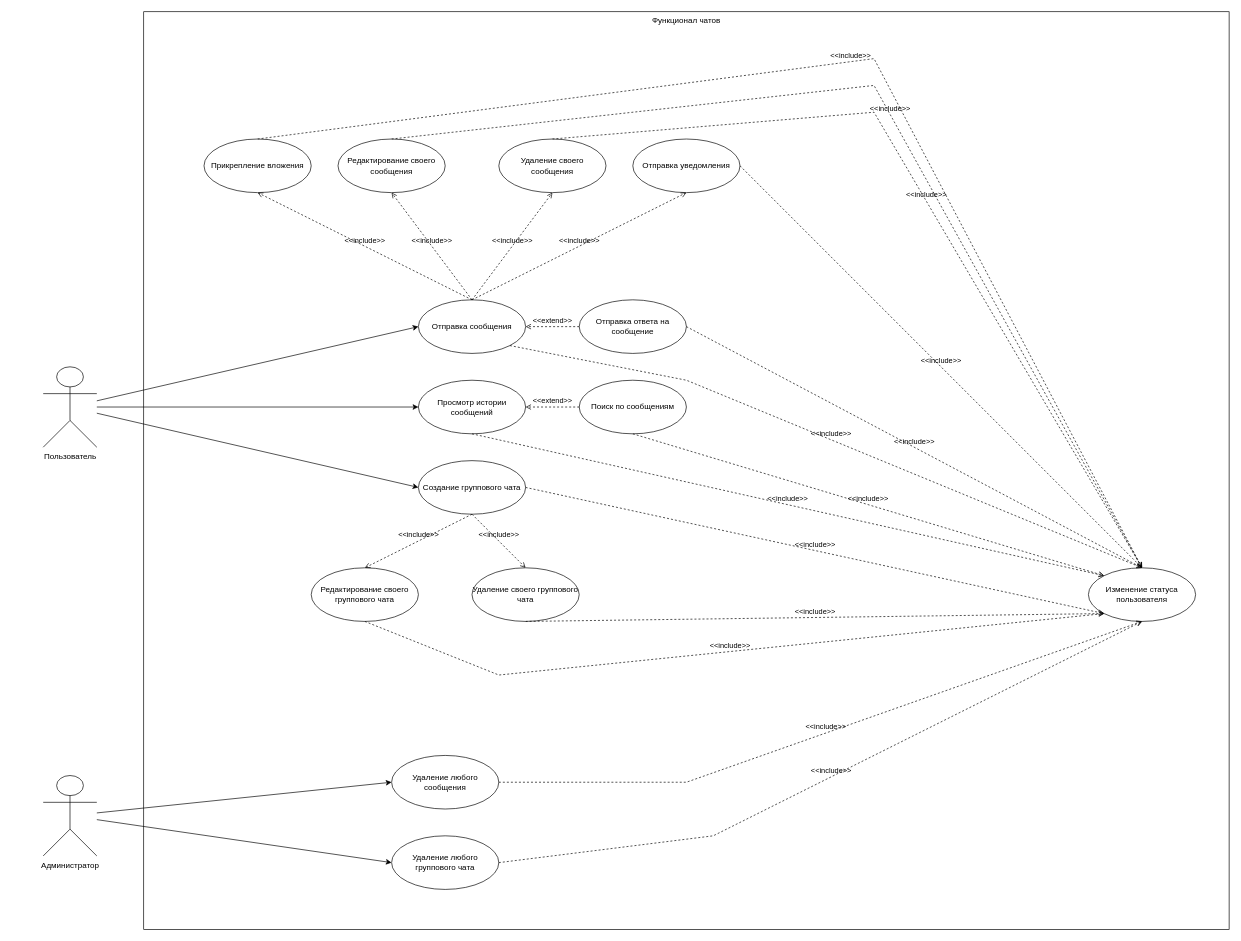
Earlier version of the draw.io diagram Description/Chat/Chat_User.drawio (Fox5113/corporate-social-system). Source tidied: cells renumbered, new cells numbered last; positions are measured from the earlier drawing's top-left corner, leaving out a move shared by most shapes. Both pictures are drawn from the tidied source at 67%, with x=0, y=0 at pixel (43, 11).
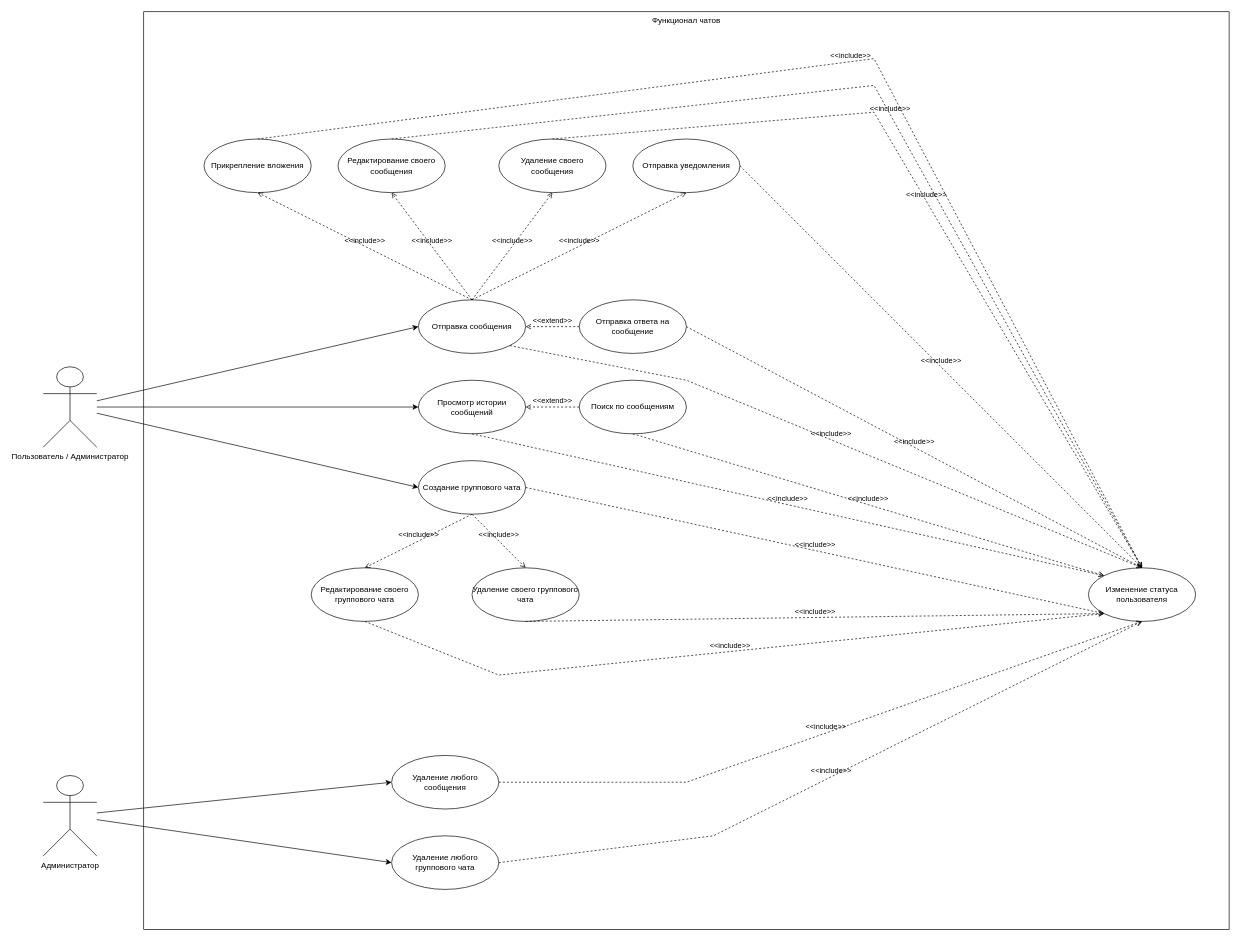
The same diagram, later.

Commit message (it also covers changes not shown here):
added TaskTracking use case diagram

The edit, as a diff of the source:
```diff
@@
-    <mxCell id="6" value="Пользователь" style="shape=umlActor;verticalLabelPosition=bottom;verticalAlign=top;html=1;outlineConnect=0;" parent="1" vertex="1">
+    <mxCell id="6" value="Пользователь / Администратор" style="shape=umlActor;verticalLabelPosition=bottom;verticalAlign=top;html=1;outlineConnect=0;" parent="1" vertex="1">
       <mxGeometry y="530" width="80" height="120" as="geometry" />
     </mxCell>
```
